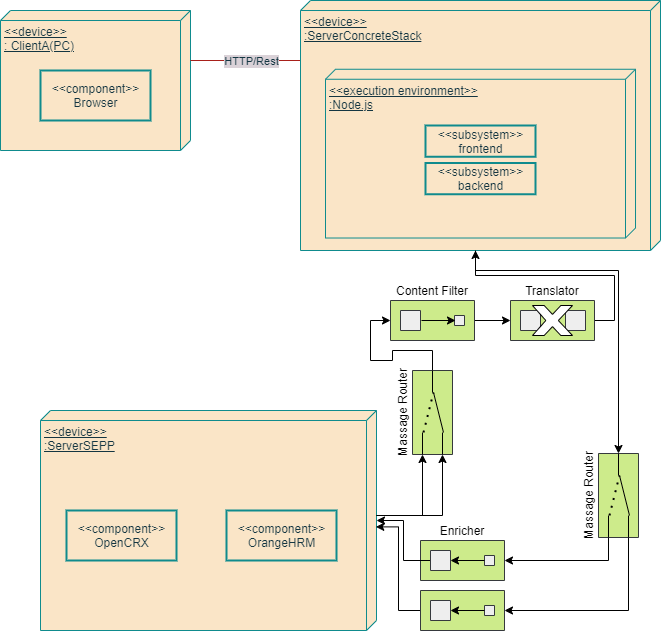
The draw.io diagram UML/DistributionView.png in thanse2s/iar-framework, before a commit. Source tidied: cells renumbered, new cells last; positions are measured from the earlier drawing's top-left corner, leaving out a move shared by most shapes.
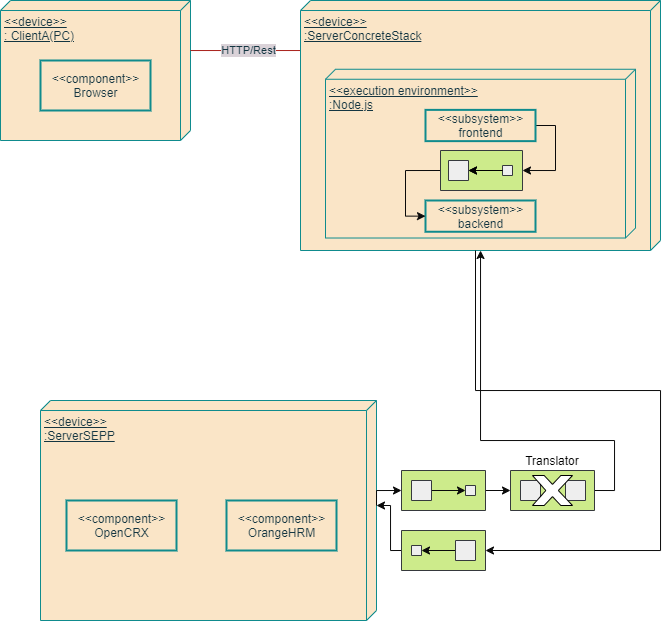
Above is the later version.

What changed in the source:
```diff
@@ -36,7 +36,7 @@
       <mxGeometry x="186" y="100" width="110" height="50" as="geometry" />
     </mxCell>
     <mxCell id="11" style="group;" parent="1" vertex="1">
-      <mxGeometry x="300" width="360" height="250" as="geometry" />
+      <mxGeometry x="300" y="10" width="360" height="250" as="geometry" />
     </mxCell>
     <mxCell id="12" value="&amp;lt;&amp;lt;device&amp;gt;&amp;gt;&lt;br&gt;:ServerConcreteStack" style="verticalAlign=top;align=left;spacingTop=8;spacingLeft=2;spacingRight=12;shape=cube;size=10;direction=south;fontStyle=4;html=1;fillColor=#FAE5C7;strokeColor=#0F8B8D;fontColor=#143642;" parent="11" vertex="1">
       <mxGeometry width="360" height="250" as="geometry" />
@@ -44,182 +44,114 @@
     <mxCell id="13" value="&amp;lt;&amp;lt;execution environment&amp;gt;&amp;gt;&lt;br&gt;:Node.js" style="verticalAlign=top;align=left;spacingTop=8;spacingLeft=2;spacingRight=12;shape=cube;size=10;direction=south;fontStyle=4;html=1;strokeWidth=1;fillColor=#FAE5C7;strokeColor=#0F8B8D;fontColor=#143642;" parent="11" vertex="1">
       <mxGeometry x="25" y="68.8" width="310" height="168.8" as="geometry" />
     </mxCell>
+    <mxCell id="62" style="edgeStyle=orthogonalEdgeStyle;rounded=0;jettySize=auto;html=1;exitX=1;exitY=0.5;exitDx=0;exitDy=0;entryX=1;entryY=0.5;entryDx=0;entryDy=0;strokeColor=#0A0A0A;" parent="11" edge="1" source="14" target="52">
+      <mxGeometry relative="1" as="geometry" />
+    </mxCell>
     <mxCell id="14" value="&amp;lt;&amp;lt;subsystem&amp;gt;&amp;gt;&lt;br&gt;frontend" style="html=1;strokeWidth=2;fillColor=#FAE5C7;strokeColor=#0F8B8D;fontColor=#143642;" parent="11" vertex="1">
-      <mxGeometry x="125" y="125" width="110" height="31.2" as="geometry" />
+      <mxGeometry x="125" y="109.4" width="110" height="31.2" as="geometry" />
     </mxCell>
     <mxCell id="15" value="&amp;lt;&amp;lt;subsystem&amp;gt;&amp;gt;&lt;br&gt;backend" style="html=1;strokeWidth=2;fillColor=#FAE5C7;strokeColor=#0F8B8D;fontColor=#143642;" parent="11" vertex="1">
-      <mxGeometry x="125" y="162.5" width="110" height="31.2" as="geometry" />
+      <mxGeometry x="125" y="200" width="110" height="31.2" as="geometry" />
     </mxCell>
-    <mxCell id="16" style="edgeStyle=orthogonalEdgeStyle;rounded=0;jettySize=auto;html=1;entryX=1;entryY=0.5;entryDx=0;entryDy=0;strokeColor=#000000;exitX=0;exitY=0.5;exitDx=0;exitDy=0;" parent="1" edge="1" source="20" target="19">
-      <mxGeometry relative="1" as="geometry" />
-    </mxCell>
+    <mxCell id="63" style="edgeStyle=orthogonalEdgeStyle;rounded=0;jettySize=auto;html=1;exitX=0;exitY=0.5;exitDx=0;exitDy=0;entryX=0;entryY=0.5;entryDx=0;entryDy=0;strokeColor=#0A0A0A;" parent="11" edge="1" source="52" target="15">
+      <mxGeometry relative="1" as="geometry" />
+    </mxCell>
+    <mxCell id="52" style="rounded=0;whiteSpace=wrap;html=1;fillColor=#cdeb8b;strokeColor=#36393d;flipV=1;flipH=1;" parent="11" vertex="1">
+      <mxGeometry x="140" y="150" width="82" height="40" as="geometry" />
+    </mxCell>
+    <mxCell id="53" style="whiteSpace=wrap;html=1;fillColor=#eeeeee;strokeColor=#36393d;flipV=1;flipH=1;" parent="11" vertex="1">
+      <mxGeometry x="148" y="160" width="20" height="20" as="geometry" />
+    </mxCell>
+    <mxCell id="54" style="whiteSpace=wrap;html=1;fillColor=#eeeeee;strokeColor=#36393d;flipV=1;flipH=1;" parent="11" vertex="1">
+      <mxGeometry x="202" y="165" width="10" height="10" as="geometry" />
+    </mxCell>
+    <mxCell id="50" style="edgeStyle=orthogonalEdgeStyle;rounded=0;jettySize=auto;html=1;entryX=1;entryY=0.5;entryDx=0;entryDy=0;strokeColor=#000000;exitX=0;exitY=0.5;exitDx=0;exitDy=0;" parent="11" edge="1" source="54" target="53">
+      <mxGeometry relative="1" as="geometry" />
+    </mxCell>
+    <mxCell id="55" style="endArrow=classic;html=1;strokeColor=#000000;exitX=0;exitY=0.5;exitDx=0;exitDy=0;entryX=1;entryY=0.5;entryDx=0;entryDy=0;" parent="11" edge="1" source="54" target="53">
+      <mxGeometry relative="1" as="geometry">
+        <Array as="points">
+          <mxPoint x="188" y="170" />
+        </Array>
+      </mxGeometry>
+    </mxCell>
+    <mxCell id="64" style="edgeStyle=orthogonalEdgeStyle;rounded=0;jettySize=auto;html=1;exitX=1;exitY=0.5;exitDx=0;exitDy=0;entryX=0;entryY=0;entryDx=105;entryDy=0;entryPerimeter=0;strokeColor=#0A0A0A;" parent="1" edge="1" source="17" target="8">
+      <mxGeometry relative="1" as="geometry">
+        <Array as="points">
+          <mxPoint x="390" y="560" />
+          <mxPoint x="390" y="515" />
+        </Array>
+      </mxGeometry>
+    </mxCell>
-    <mxCell id="17" style="rounded=0;whiteSpace=wrap;html=1;fillColor=#cdeb8b;strokeColor=#36393d;flipV=1;flipH=1;" parent="1" vertex="1">
-      <mxGeometry x="420" y="540" width="84" height="40" as="geometry" />
+    <mxCell id="17" style="rounded=0;whiteSpace=wrap;html=1;fillColor=#cdeb8b;strokeColor=#36393d;flipV=1;flipH=1;direction=west;" parent="1" vertex="1">
+      <mxGeometry x="401" y="540" width="84" height="40" as="geometry" />
     </mxCell>
-    <mxCell id="18" style="edgeStyle=orthogonalEdgeStyle;rounded=0;jettySize=auto;html=1;strokeColor=#000000;" parent="1" edge="1" source="19" target="8">
-      <mxGeometry relative="1" as="geometry" />
-    </mxCell>
+    <mxCell id="65" style="edgeStyle=orthogonalEdgeStyle;rounded=0;jettySize=auto;html=1;exitX=1;exitY=0.5;exitDx=0;exitDy=0;entryX=0;entryY=0.5;entryDx=0;entryDy=0;strokeColor=#0A0A0A;" parent="1" edge="1" source="19" target="20">
+      <mxGeometry relative="1" as="geometry" />
+    </mxCell>
-    <mxCell id="19" style="whiteSpace=wrap;html=1;fillColor=#eeeeee;strokeColor=#36393d;flipV=1;flipH=1;" parent="1" vertex="1">
-      <mxGeometry x="430" y="550" width="20" height="20" as="geometry" />
+    <mxCell id="19" style="whiteSpace=wrap;html=1;fillColor=#eeeeee;strokeColor=#36393d;flipV=1;flipH=1;direction=west;" parent="1" vertex="1">
+      <mxGeometry x="455" y="550" width="20" height="20" as="geometry" />
     </mxCell>
-    <mxCell id="20" style="whiteSpace=wrap;html=1;fillColor=#eeeeee;strokeColor=#36393d;flipV=1;flipH=1;" parent="1" vertex="1">
-      <mxGeometry x="484" y="555" width="10" height="10" as="geometry" />
+    <mxCell id="20" style="whiteSpace=wrap;html=1;fillColor=#eeeeee;strokeColor=#36393d;flipV=1;flipH=1;direction=west;" parent="1" vertex="1">
+      <mxGeometry x="411" y="555" width="10" height="10" as="geometry" />
     </mxCell>
-    <mxCell id="21" style="endArrow=classic;html=1;strokeColor=#000000;exitX=0;exitY=0.5;exitDx=0;exitDy=0;entryX=1;entryY=0.5;entryDx=0;entryDy=0;" parent="1" edge="1" source="20" target="19">
-      <mxGeometry relative="1" as="geometry" />
-    </mxCell>
     <mxCell id="22" style="edgeStyle=orthogonalEdgeStyle;rounded=0;jettySize=auto;html=1;entryX=1;entryY=0.5;entryDx=0;entryDy=0;strokeColor=#000000;exitX=0;exitY=0.5;exitDx=0;exitDy=0;flipH=1;" parent="1" edge="1" source="26" target="25">
       <mxGeometry relative="1" as="geometry" />
     </mxCell>
-    <mxCell id="23" style="edgeStyle=orthogonalEdgeStyle;rounded=0;jettySize=auto;html=1;exitX=1;exitY=0.5;exitDx=0;exitDy=0;entryX=0;entryY=0.5;entryDx=0;entryDy=0;strokeColor=#000000;" parent="1" edge="1" source="24" target="29">
+    <mxCell id="23" style="edgeStyle=orthogonalEdgeStyle;rounded=0;jettySize=auto;html=1;exitX=1;exitY=0.5;exitDx=0;exitDy=0;entryX=0;entryY=0.5;entryDx=0;entryDy=0;strokeColor=#0A0A0A;" parent="1" edge="1" source="24" target="29">
       <mxGeometry relative="1" as="geometry" />
     </mxCell>
     <mxCell id="24" style="rounded=0;whiteSpace=wrap;html=1;fillColor=#cdeb8b;strokeColor=#36393d;flipV=1;flipH=1;" parent="1" vertex="1">
-      <mxGeometry x="390" y="300" width="84" height="40" as="geometry" />
+      <mxGeometry x="401" y="480" width="84" height="40" as="geometry" />
     </mxCell>
+    <mxCell id="66" style="edgeStyle=orthogonalEdgeStyle;rounded=0;jettySize=auto;html=1;exitX=1;exitY=0.5;exitDx=0;exitDy=0;entryX=0;entryY=0.5;entryDx=0;entryDy=0;strokeColor=#0A0A0A;" parent="1" edge="1" source="25" target="26">
+      <mxGeometry relative="1" as="geometry" />
+    </mxCell>
     <mxCell id="25" style="whiteSpace=wrap;html=1;fillColor=#eeeeee;strokeColor=#36393d;flipV=1;flipH=1;" parent="1" vertex="1">
-      <mxGeometry x="400" y="310" width="20" height="20" as="geometry" />
+      <mxGeometry x="411" y="490" width="20" height="20" as="geometry" />
     </mxCell>
     <mxCell id="26" style="whiteSpace=wrap;html=1;fillColor=#eeeeee;strokeColor=#36393d;flipV=1;flipH=1;" parent="1" vertex="1">
-      <mxGeometry x="454" y="315" width="10" height="10" as="geometry" />
+      <mxGeometry x="465" y="495" width="10" height="10" as="geometry" />
     </mxCell>
-    <mxCell id="27" style="endArrow=classic;html=1;strokeColor=#000000;exitX=0;exitY=0.5;exitDx=0;exitDy=0;entryX=1;entryY=0.5;entryDx=0;entryDy=0;flipH=1;" parent="1" edge="1" source="26" target="25">
-      <mxGeometry relative="1" as="geometry" />
-    </mxCell>
-    <mxCell id="28" style="edgeStyle=orthogonalEdgeStyle;rounded=0;jettySize=auto;html=1;exitX=1;exitY=0.5;exitDx=0;exitDy=0;entryX=0;entryY=0;entryDx=250;entryDy=185;entryPerimeter=0;strokeColor=#000000;" parent="1" edge="1" source="29" target="12">
-      <mxGeometry relative="1" as="geometry" />
+    <mxCell id="28" style="edgeStyle=orthogonalEdgeStyle;rounded=0;jettySize=auto;html=1;exitX=1;exitY=0.5;exitDx=0;exitDy=0;strokeColor=#0A0A0A;" parent="1" edge="1" source="29" target="12">
+      <mxGeometry relative="1" as="geometry">
+        <Array as="points">
+          <mxPoint x="614" y="500" />
+          <mxPoint x="614" y="450" />
+          <mxPoint x="480" y="450" />
+        </Array>
+      </mxGeometry>
     </mxCell>
     <mxCell id="29" style="rounded=0;whiteSpace=wrap;html=1;fillColor=#cdeb8b;strokeColor=#36393d;flipV=1;flipH=1;" parent="1" vertex="1">
-      <mxGeometry x="510" y="300" width="84" height="40" as="geometry" />
+      <mxGeometry x="510" y="480" width="84" height="40" as="geometry" />
     </mxCell>
     <mxCell id="30" style="whiteSpace=wrap;html=1;fillColor=#eeeeee;strokeColor=#36393d;flipV=1;flipH=1;" parent="1" vertex="1">
-      <mxGeometry x="520" y="310" width="20" height="20" as="geometry" />
+      <mxGeometry x="520" y="490" width="20" height="20" as="geometry" />
     </mxCell>
     <mxCell id="31" style="whiteSpace=wrap;html=1;fillColor=#eeeeee;strokeColor=#36393d;flipV=1;flipH=1;" parent="1" vertex="1">
-      <mxGeometry x="565" y="310" width="20" height="20" as="geometry" />
+      <mxGeometry x="565" y="490" width="20" height="20" as="geometry" />
     </mxCell>
     <mxCell id="32" style="verticalLabelPosition=bottom;verticalAlign=top;html=1;shape=mxgraph.basic.x;" parent="1" vertex="1">
-      <mxGeometry x="532" y="305" width="40" height="30" as="geometry" />
+      <mxGeometry x="532" y="485" width="40" height="30" as="geometry" />
     </mxCell>
-    <mxCell id="33" style="edgeStyle=orthogonalEdgeStyle;rounded=0;jettySize=auto;html=1;exitX=0;exitY=0.5;exitDx=0;exitDy=0;entryX=0;entryY=0.5;entryDx=0;entryDy=0;strokeColor=#000000;" parent="1" edge="1" source="34" target="24">
-      <mxGeometry relative="1" as="geometry" />
-    </mxCell>
-    <mxCell id="34" style="rounded=0;whiteSpace=wrap;html=1;fillColor=#cdeb8b;strokeColor=#36393d;flipV=1;flipH=1;rotation=90;" parent="1" vertex="1">
-      <mxGeometry x="390" y="392" width="84" height="40" as="geometry" />
-    </mxCell>
-    <mxCell id="35" style="endArrow=none;html=1;strokeColor=#000000;entryX=1;entryY=0.25;entryDx=0;entryDy=0;" parent="1" edge="1" target="34">
-      <mxGeometry relative="1" as="geometry">
-        <mxPoint x="442" y="432" as="sourcePoint" />
-      </mxGeometry>
-    </mxCell>
-    <mxCell id="36" style="endArrow=none;html=1;strokeColor=#000000;entryX=1;entryY=0.75;entryDx=0;entryDy=0;" parent="1" edge="1" target="34">
-      <mxGeometry relative="1" as="geometry">
-        <mxPoint x="422" y="432" as="sourcePoint" />
-      </mxGeometry>
-    </mxCell>
-    <mxCell id="37" style="endArrow=none;html=1;strokeColor=#000000;entryX=0;entryY=0.5;entryDx=0;entryDy=0;" parent="1" edge="1" target="34">
-      <mxGeometry relative="1" as="geometry">
-        <mxPoint x="432" y="392" as="sourcePoint" />
-      </mxGeometry>
-    </mxCell>
-    <mxCell id="38" style="endArrow=none;dashed=1;html=1;dashPattern=1 3;strokeWidth=2;" parent="1" edge="1">
-      <mxGeometry relative="1" as="geometry">
-        <mxPoint x="423" y="432" as="sourcePoint" />
-        <mxPoint x="433" y="392" as="targetPoint" />
-      </mxGeometry>
-    </mxCell>
-    <mxCell id="39" style="endArrow=none;html=1;strokeColor=#000000;" parent="1" edge="1">
-      <mxGeometry relative="1" as="geometry">
-        <mxPoint x="443" y="432" as="sourcePoint" />
-        <mxPoint x="433" y="392" as="targetPoint" />
-      </mxGeometry>
-    </mxCell>
-    <mxCell id="40" style="edgeStyle=orthogonalEdgeStyle;rounded=0;jettySize=auto;html=1;exitX=0;exitY=0;exitDx=105;exitDy=0;exitPerimeter=0;entryX=1;entryY=0.75;entryDx=0;entryDy=0;strokeColor=#000000;" parent="1" edge="1" source="8" target="34">
-      <mxGeometry relative="1" as="geometry">
-        <Array as="points">
-          <mxPoint x="422" y="515" />
-        </Array>
-      </mxGeometry>
-    </mxCell>
-    <mxCell id="41" style="edgeStyle=orthogonalEdgeStyle;rounded=0;jettySize=auto;html=1;exitX=0;exitY=0;exitDx=105;exitDy=0;exitPerimeter=0;entryX=1;entryY=0.25;entryDx=0;entryDy=0;strokeColor=#000000;" parent="1" edge="1" source="8" target="34">
-      <mxGeometry relative="1" as="geometry" />
-    </mxCell>
-    <mxCell id="42" style="edgeStyle=orthogonalEdgeStyle;rounded=0;jettySize=auto;html=1;exitX=1;exitY=0.75;exitDx=0;exitDy=0;entryX=1;entryY=0.5;entryDx=0;entryDy=0;strokeColor=#000000;" parent="1" edge="1" source="44" target="17">
-      <mxGeometry relative="1" as="geometry" />
-    </mxCell>
-    <mxCell id="43" style="edgeStyle=orthogonalEdgeStyle;rounded=0;jettySize=auto;html=1;exitX=1;exitY=0.25;exitDx=0;exitDy=0;entryX=1;entryY=0.5;entryDx=0;entryDy=0;strokeColor=#000000;" parent="1" edge="1" source="44" target="52">
-      <mxGeometry relative="1" as="geometry" />
-    </mxCell>
-    <mxCell id="44" style="rounded=0;whiteSpace=wrap;html=1;fillColor=#cdeb8b;strokeColor=#36393d;flipV=1;flipH=1;rotation=90;" parent="1" vertex="1">
-      <mxGeometry x="576" y="475" width="84" height="40" as="geometry" />
-    </mxCell>
-    <mxCell id="45" style="endArrow=none;html=1;strokeColor=#000000;entryX=1;entryY=0.25;entryDx=0;entryDy=0;" parent="1" edge="1" target="44">
-      <mxGeometry relative="1" as="geometry">
-        <mxPoint x="628" y="515" as="sourcePoint" />
-      </mxGeometry>
-    </mxCell>
-    <mxCell id="46" style="endArrow=none;html=1;strokeColor=#000000;entryX=1;entryY=0.75;entryDx=0;entryDy=0;" parent="1" edge="1" target="44">
-      <mxGeometry relative="1" as="geometry">
-        <mxPoint x="608" y="515" as="sourcePoint" />
-      </mxGeometry>
-    </mxCell>
-    <mxCell id="47" style="endArrow=none;html=1;strokeColor=#000000;entryX=0;entryY=0.5;entryDx=0;entryDy=0;" parent="1" edge="1" target="44">
-      <mxGeometry relative="1" as="geometry">
-        <mxPoint x="618" y="475" as="sourcePoint" />
-      </mxGeometry>
-    </mxCell>
-    <mxCell id="48" style="endArrow=none;dashed=1;html=1;dashPattern=1 3;strokeWidth=2;" parent="1" edge="1">
-      <mxGeometry relative="1" as="geometry">
-        <mxPoint x="609" y="515" as="sourcePoint" />
-        <mxPoint x="619" y="475" as="targetPoint" />
-      </mxGeometry>
-    </mxCell>
-    <mxCell id="49" style="endArrow=none;html=1;strokeColor=#000000;" parent="1" edge="1">
-      <mxGeometry relative="1" as="geometry">
-        <mxPoint x="629" y="515" as="sourcePoint" />
-        <mxPoint x="619" y="475" as="targetPoint" />
-      </mxGeometry>
-    </mxCell>
-    <mxCell id="50" style="edgeStyle=orthogonalEdgeStyle;rounded=0;jettySize=auto;html=1;entryX=1;entryY=0.5;entryDx=0;entryDy=0;strokeColor=#000000;exitX=0;exitY=0.5;exitDx=0;exitDy=0;" parent="1" edge="1" source="54" target="53">
-      <mxGeometry relative="1" as="geometry" />
-    </mxCell>
-    <mxCell id="51" style="edgeStyle=orthogonalEdgeStyle;rounded=0;jettySize=auto;html=1;exitX=0;exitY=0.5;exitDx=0;exitDy=0;entryX=0.529;entryY=0.002;entryDx=0;entryDy=0;entryPerimeter=0;strokeColor=#000000;" parent="1" edge="1" source="52" target="8">
-      <mxGeometry relative="1" as="geometry" />
-    </mxCell>
-    <mxCell id="52" style="rounded=0;whiteSpace=wrap;html=1;fillColor=#cdeb8b;strokeColor=#36393d;flipV=1;flipH=1;" parent="1" vertex="1">
-      <mxGeometry x="420" y="590" width="84" height="40" as="geometry" />
-    </mxCell>
-    <mxCell id="53" style="whiteSpace=wrap;html=1;fillColor=#eeeeee;strokeColor=#36393d;flipV=1;flipH=1;" parent="1" vertex="1">
-      <mxGeometry x="430" y="600" width="20" height="20" as="geometry" />
-    </mxCell>
-    <mxCell id="54" style="whiteSpace=wrap;html=1;fillColor=#eeeeee;strokeColor=#36393d;flipV=1;flipH=1;" parent="1" vertex="1">
-      <mxGeometry x="484" y="605" width="10" height="10" as="geometry" />
-    </mxCell>
-    <mxCell id="55" style="endArrow=classic;html=1;strokeColor=#000000;exitX=0;exitY=0.5;exitDx=0;exitDy=0;entryX=1;entryY=0.5;entryDx=0;entryDy=0;" parent="1" edge="1" source="54" target="53">
-      <mxGeometry relative="1" as="geometry" />
-    </mxCell>
-    <mxCell id="56" style="edgeStyle=orthogonalEdgeStyle;rounded=0;jettySize=auto;html=1;exitX=0;exitY=0;exitDx=250;exitDy=185;exitPerimeter=0;strokeColor=#000000;" parent="1" edge="1" source="12" target="44">
-      <mxGeometry relative="1" as="geometry">
-        <Array as="points">
-          <mxPoint x="475" y="270" />
-          <mxPoint x="618" y="270" />
-        </Array>
-      </mxGeometry>
-    </mxCell>
-    <mxCell id="57" value="&lt;font color=&quot;#000000&quot;&gt;Content Filter&lt;/font&gt;" style="text;html=1;strokeColor=none;fillColor=none;align=center;verticalAlign=middle;whiteSpace=wrap;rounded=0;" parent="1" vertex="1">
-      <mxGeometry x="392" y="280" width="80" height="20" as="geometry" />
-    </mxCell>
     <mxCell id="58" value="&lt;font color=&quot;#000000&quot;&gt;Translator&lt;/font&gt;" style="text;html=1;strokeColor=none;fillColor=none;align=center;verticalAlign=middle;whiteSpace=wrap;rounded=0;" parent="1" vertex="1">
-      <mxGeometry x="512" y="280" width="80" height="20" as="geometry" />
+      <mxGeometry x="512" y="460" width="80" height="20" as="geometry" />
     </mxCell>
-    <mxCell id="59" value="&lt;font color=&quot;#000000&quot;&gt;Enricher&lt;/font&gt;" style="text;html=1;strokeColor=none;fillColor=none;align=center;verticalAlign=middle;whiteSpace=wrap;rounded=0;" parent="1" vertex="1">
-      <mxGeometry x="422" y="520" width="80" height="20" as="geometry" />
-    </mxCell>
-    <mxCell id="60" value="&lt;font color=&quot;#000000&quot;&gt;Massage Router&lt;/font&gt;" style="text;html=1;strokeColor=none;fillColor=none;align=center;verticalAlign=middle;whiteSpace=wrap;rounded=0;rotation=-90;" parent="1" vertex="1">
-      <mxGeometry x="354" y="403" width="96" height="18" as="geometry" />
-    </mxCell>
-    <mxCell id="61" value="&lt;font color=&quot;#000000&quot;&gt;Massage Router&lt;/font&gt;" style="text;html=1;strokeColor=none;fillColor=none;align=center;verticalAlign=middle;whiteSpace=wrap;rounded=0;rotation=-90;" parent="1" vertex="1">
-      <mxGeometry x="540" y="486" width="96" height="18" as="geometry" />
-    </mxCell>
+    <mxCell id="67" style="edgeStyle=orthogonalEdgeStyle;rounded=0;jettySize=auto;html=1;exitX=0;exitY=0;exitDx=250;exitDy=185;exitPerimeter=0;entryX=0;entryY=0.5;entryDx=0;entryDy=0;strokeColor=#0A0A0A;" parent="1" edge="1" source="12" target="17">
+      <mxGeometry relative="1" as="geometry">
+        <Array as="points">
+          <mxPoint x="475" y="400" />
+          <mxPoint x="660" y="400" />
+          <mxPoint x="660" y="560" />
+        </Array>
+      </mxGeometry>
+    </mxCell>
+    <mxCell id="68" style="edgeStyle=orthogonalEdgeStyle;rounded=0;jettySize=auto;html=1;exitX=0;exitY=0;exitDx=105;exitDy=0;exitPerimeter=0;entryX=0;entryY=0.5;entryDx=0;entryDy=0;strokeColor=#0A0A0A;" parent="1" edge="1" source="8" target="24">
+      <mxGeometry relative="1" as="geometry">
+        <Array as="points">
+          <mxPoint x="376" y="500" />
+        </Array>
+      </mxGeometry>
+    </mxCell>
   </root>
 </mxGraphModel>
```
